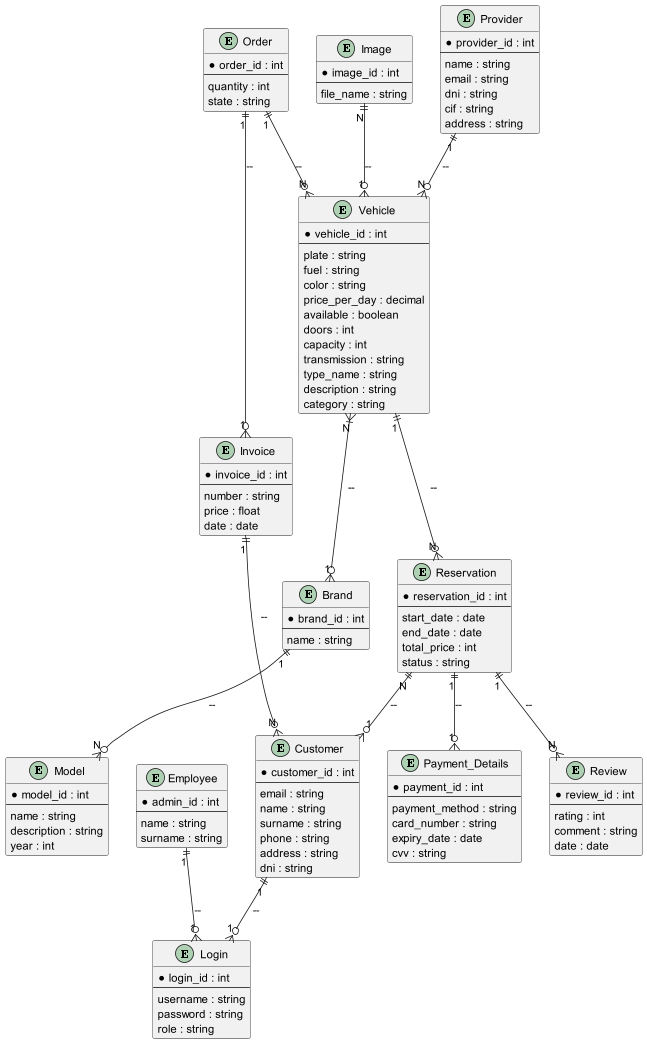
This is docs/LegacyMotorsER.png from andreuador/LegacyMotors3.0, a PlantUML export, as it was before one commit.
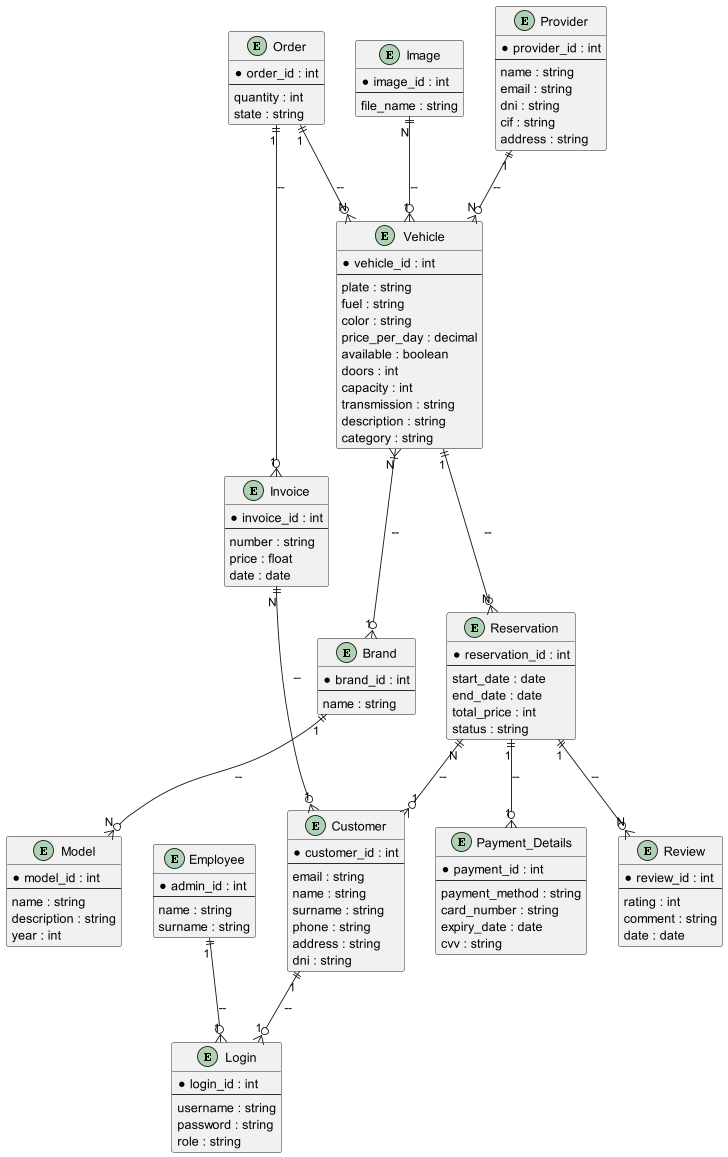
The same diagram one commit later.

Change to the diagram source:
```diff
@@ -47,7 +47,6 @@
   doors : int
   capacity : int
   transmission : string
-  type_name : string
   description : string
   category : string
 }
@@ -123,7 +122,7 @@
 Reservation ||--o{ Review: "1" -- "N"
 Vehicle ||--o{ Reservation: "1" -- "N"
 Image ||--o{ Vehicle: "N" -- "1"
-Invoice ||--o{ Customer: "1" -- "N"
+Invoice ||--o{ Customer: "N" -- "1"
 Order ||--o{ Vehicle: "1" -- "N"
 Order ||--o{ Invoice: "1" -- "1"
 
```
